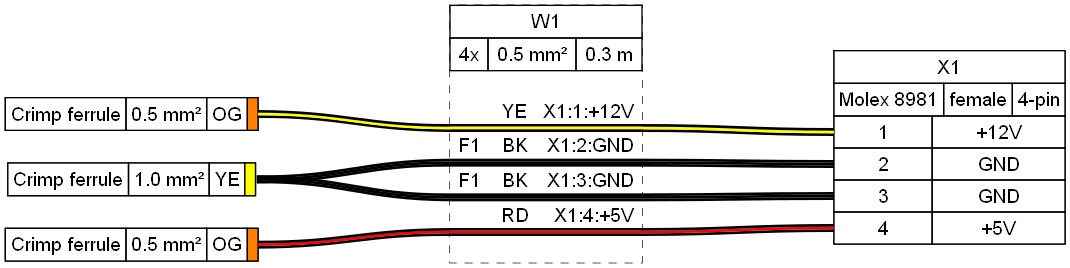
This is tutorial/tutorial06.png from wireviz/WireViz, a Graphviz export, as it was before one commit. Its source is kept beside it as tutorial/tutorial06.gv.
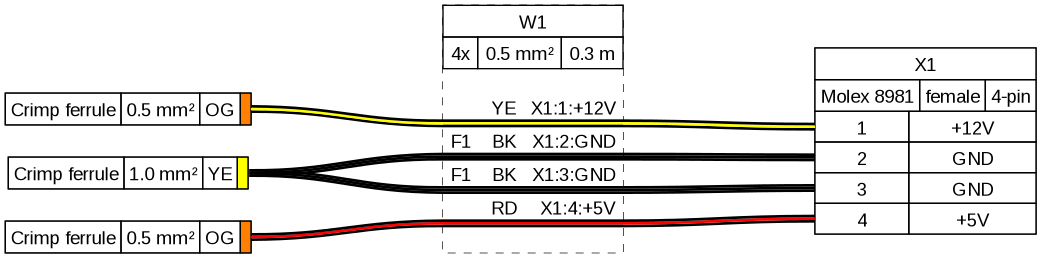
Later version of the same file.

What changed in the source:
```diff
@@ -78,22 +78,18 @@
     <tr>
      <td port="p1l">1</td>
      <td>+12V</td>
-     []
     </tr>
     <tr>
      <td port="p2l">2</td>
      <td>GND</td>
-     []
     </tr>
     <tr>
      <td port="p3l">3</td>
      <td>GND</td>
-     []
     </tr>
     <tr>
      <td port="p4l">4</td>
      <td>+5V</td>
-     []
     </tr>
    </table>
   </td>
@@ -137,19 +133,7 @@
      <td align="right">X1:1:+12V </td>
     </tr>
     <tr>
-     <td border="0" cellspacing="0" cellpadding="0" colspan="6" height="6" port="w1">
-      <table border="0" cellborder="0" cellspacing="0">
-       <tr>
-        <td bgcolor="#FFFFFF" border="0" cellpadding="0" colspan="6" height="2"></td>
-       </tr>
-       <tr>
-        <td bgcolor="#FFFFFF" border="0" cellpadding="0" colspan="6" height="2"></td>
-       </tr>
-       <tr>
-        <td bgcolor="#FFFFFF" border="0" cellpadding="0" colspan="6" height="2"></td>
-       </tr>
-      </table>
-     </td>
+     <td border="0" cellspacing="0" cellpadding="0" colspan="6" height="6" port="w1"></td>
     </tr>
     <tr>
      <td align="left"> F1</td>
@@ -160,19 +144,7 @@
      <td align="right">X1:2:GND </td>
     </tr>
     <tr>
-     <td border="0" cellspacing="0" cellpadding="0" colspan="6" height="6" port="w2">
-      <table border="0" cellborder="0" cellspacing="0">
-       <tr>
-        <td bgcolor="#FFFFFF" border="0" cellpadding="0" colspan="6" height="2"></td>
-       </tr>
-       <tr>
-        <td bgcolor="#FFFFFF" border="0" cellpadding="0" colspan="6" height="2"></td>
-       </tr>
-       <tr>
-        <td bgcolor="#FFFFFF" border="0" cellpadding="0" colspan="6" height="2"></td>
-       </tr>
-      </table>
-     </td>
+     <td border="0" cellspacing="0" cellpadding="0" colspan="6" height="6" port="w2"></td>
     </tr>
     <tr>
      <td align="left"> F1</td>
@@ -183,19 +155,7 @@
      <td align="right">X1:3:GND </td>
     </tr>
     <tr>
-     <td border="0" cellspacing="0" cellpadding="0" colspan="6" height="6" port="w3">
-      <table border="0" cellborder="0" cellspacing="0">
-       <tr>
-        <td bgcolor="#FFFFFF" border="0" cellpadding="0" colspan="6" height="2"></td>
-       </tr>
-       <tr>
-        <td bgcolor="#FFFFFF" border="0" cellpadding="0" colspan="6" height="2"></td>
-       </tr>
-       <tr>
-        <td bgcolor="#FFFFFF" border="0" cellpadding="0" colspan="6" height="2"></td>
-       </tr>
-      </table>
-     </td>
+     <td border="0" cellspacing="0" cellpadding="0" colspan="6" height="6" port="w3"></td>
     </tr>
     <tr>
      <td align="left"> </td>
@@ -206,19 +166,7 @@
      <td align="right">X1:4:+5V </td>
     </tr>
     <tr>
-     <td border="0" cellspacing="0" cellpadding="0" colspan="6" height="6" port="w4">
-      <table border="0" cellborder="0" cellspacing="0">
-       <tr>
-        <td bgcolor="#FFFFFF" border="0" cellpadding="0" colspan="6" height="2"></td>
-       </tr>
-       <tr>
-        <td bgcolor="#FFFFFF" border="0" cellpadding="0" colspan="6" height="2"></td>
-       </tr>
-       <tr>
-        <td bgcolor="#FFFFFF" border="0" cellpadding="0" colspan="6" height="2"></td>
-       </tr>
-      </table>
-     </td>
+     <td border="0" cellspacing="0" cellpadding="0" colspan="6" height="6" port="w4"></td>
     </tr>
     <tr>
      <td>&nbsp;</td>
```
